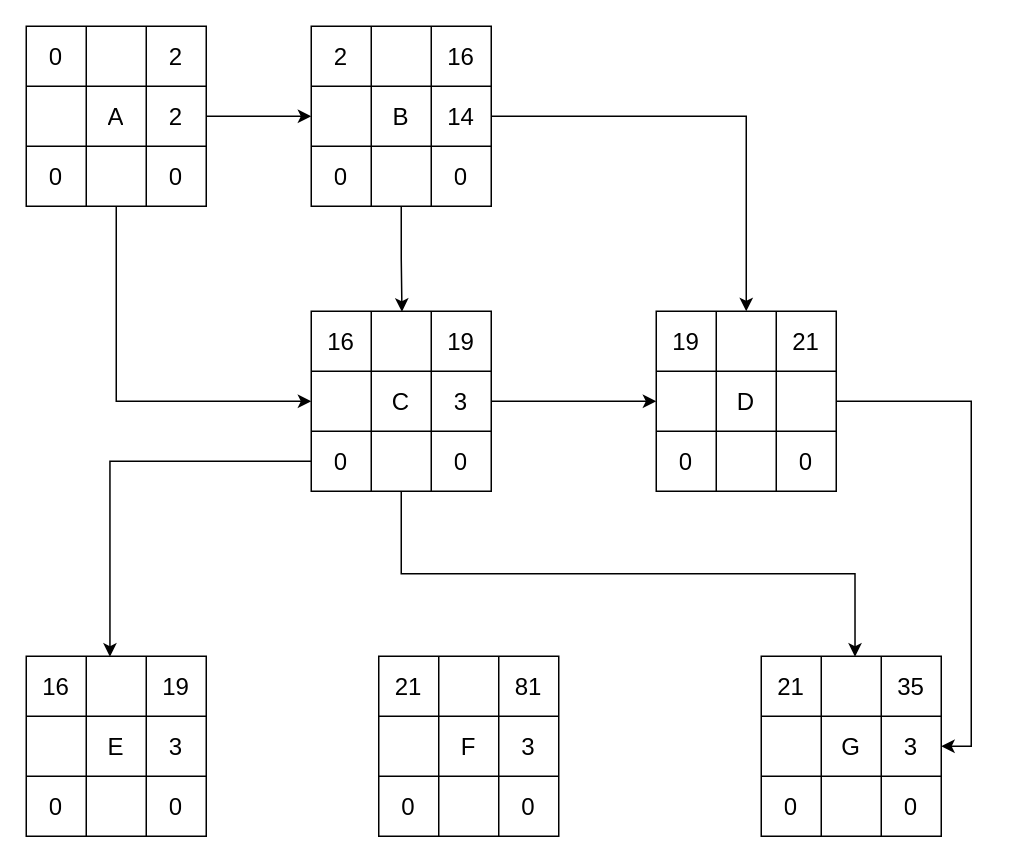
This is Esercizio1/Esercizio PCM 1.drawio from arco2121/Diagrammi_GPOI, a draw.io file, before an edit. Source tidied: cells renumbered, new cells numbered last; positions are measured from the earlier drawing's top-left corner, leaving out a move shared by most shapes. Both pictures are drawn from the tidied source at 150%, with x=0, y=0 at pixel (26, 26).
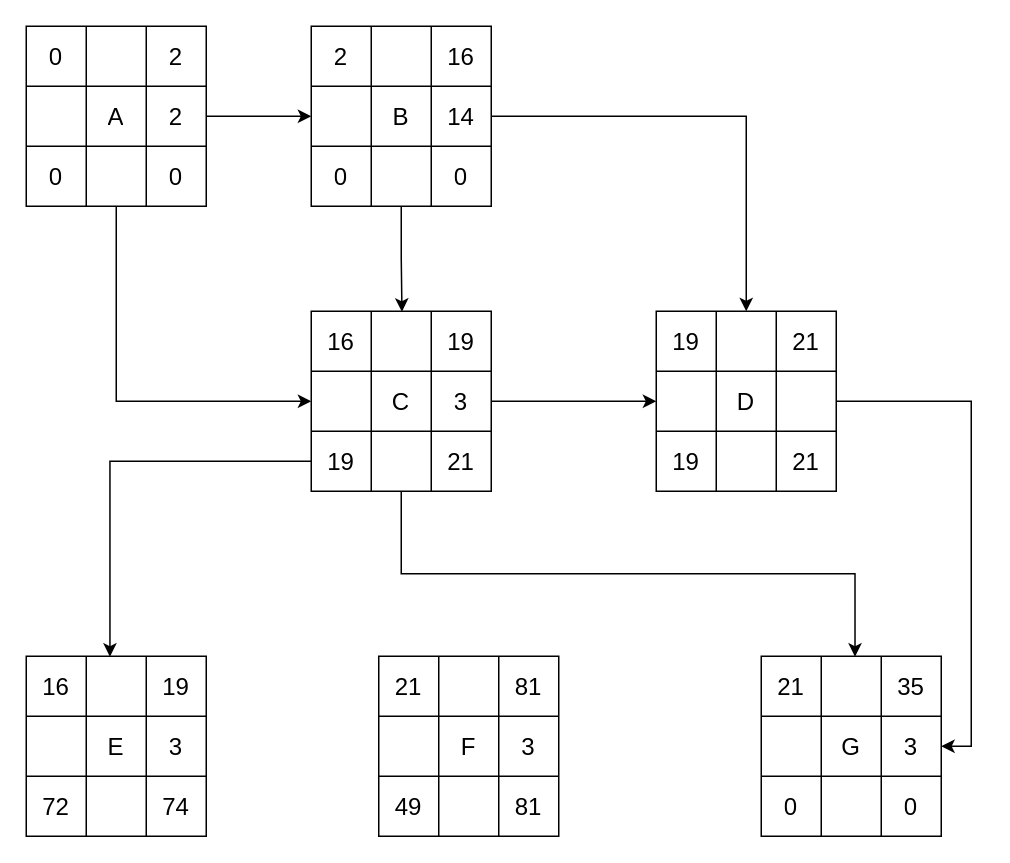
The same page after the edit.

The change refers to these unchanged cells:
```xml
<mxCell id="38" style="shape=tableRow;horizontal=0;startSize=0;swimlaneHead=0;swimlaneBody=0;strokeColor=inherit;top=0;left=0;bottom=0;right=0;fillColor=none;points=[[0,0.5],[1,0.5]];portConstraint=eastwest;fontSize=16;" parent="29" vertex="1">
  <mxGeometry y="80" width="120" height="40" as="geometry" />
</mxCell>
<mxCell id="51" style="shape=tableRow;horizontal=0;startSize=0;swimlaneHead=0;swimlaneBody=0;strokeColor=inherit;top=0;left=0;bottom=0;right=0;fillColor=none;fontSize=16;" parent="42" vertex="1">
  <mxGeometry y="80" width="120" height="40" as="geometry" />
</mxCell>
<mxCell id="68" style="shape=tableRow;horizontal=0;startSize=0;swimlaneHead=0;swimlaneBody=0;strokeColor=inherit;top=0;left=0;bottom=0;right=0;fillColor=none;fontSize=16;" parent="59" vertex="1">
  <mxGeometry y="80" width="120" height="40" as="geometry" />
</mxCell>
<mxCell id="81" style="shape=tableRow;horizontal=0;startSize=0;swimlaneHead=0;swimlaneBody=0;strokeColor=inherit;top=0;left=0;bottom=0;right=0;fillColor=none;fontSize=16;" parent="72" vertex="1">
  <mxGeometry y="80" width="120" height="40" as="geometry" />
</mxCell>
```

What changed in the source:
```diff
@@
-    <mxCell id="39" value="0" style="shape=partialRectangle;html=1;whiteSpace=wrap;strokeColor=inherit;overflow=hidden;fillColor=none;top=0;left=0;bottom=0;right=0;fontSize=16;" parent="38" vertex="1">
+    <mxCell id="39" value="19" style="shape=partialRectangle;html=1;whiteSpace=wrap;strokeColor=inherit;overflow=hidden;fillColor=none;top=0;left=0;bottom=0;right=0;fontSize=16;" parent="38" vertex="1">
       <mxGeometry width="40" height="40" as="geometry" />
     </mxCell>
@@
-    <mxCell id="41" value="0" style="shape=partialRectangle;html=1;whiteSpace=wrap;strokeColor=inherit;overflow=hidden;fillColor=none;top=0;left=0;bottom=0;right=0;fontSize=16;" parent="38" vertex="1">
+    <mxCell id="41" value="21" style="shape=partialRectangle;html=1;whiteSpace=wrap;strokeColor=inherit;overflow=hidden;fillColor=none;top=0;left=0;bottom=0;right=0;fontSize=16;" parent="38" vertex="1">
       <mxGeometry x="80" width="40" height="40" as="geometry" />
     </mxCell>
@@
-    <mxCell id="52" value="0" style="shape=partialRectangle;html=1;whiteSpace=wrap;strokeColor=inherit;overflow=hidden;fillColor=none;top=0;left=0;bottom=0;right=0;fontSize=16;" parent="51" vertex="1">
+    <mxCell id="52" value="19" style="shape=partialRectangle;html=1;whiteSpace=wrap;strokeColor=inherit;overflow=hidden;fillColor=none;top=0;left=0;bottom=0;right=0;fontSize=16;" parent="51" vertex="1">
       <mxGeometry width="40" height="40" as="geometry" />
     </mxCell>
@@
-    <mxCell id="54" value="0" style="shape=partialRectangle;html=1;whiteSpace=wrap;strokeColor=inherit;overflow=hidden;fillColor=none;top=0;left=0;bottom=0;right=0;fontSize=16;" parent="51" vertex="1">
+    <mxCell id="54" value="21" style="shape=partialRectangle;html=1;whiteSpace=wrap;strokeColor=inherit;overflow=hidden;fillColor=none;top=0;left=0;bottom=0;right=0;fontSize=16;" parent="51" vertex="1">
       <mxGeometry x="80" width="40" height="40" as="geometry" />
     </mxCell>
@@
-    <mxCell id="69" value="0" style="shape=partialRectangle;html=1;whiteSpace=wrap;strokeColor=inherit;overflow=hidden;fillColor=none;top=0;left=0;bottom=0;right=0;fontSize=16;" parent="68" vertex="1">
+    <mxCell id="69" value="72" style="shape=partialRectangle;html=1;whiteSpace=wrap;strokeColor=inherit;overflow=hidden;fillColor=none;top=0;left=0;bottom=0;right=0;fontSize=16;" parent="68" vertex="1">
       <mxGeometry width="40" height="40" as="geometry" />
     </mxCell>
@@
-    <mxCell id="71" value="0" style="shape=partialRectangle;html=1;whiteSpace=wrap;strokeColor=inherit;overflow=hidden;fillColor=none;top=0;left=0;bottom=0;right=0;fontSize=16;" parent="68" vertex="1">
+    <mxCell id="71" value="74" style="shape=partialRectangle;html=1;whiteSpace=wrap;strokeColor=inherit;overflow=hidden;fillColor=none;top=0;left=0;bottom=0;right=0;fontSize=16;" parent="68" vertex="1">
       <mxGeometry x="80" width="40" height="40" as="geometry" />
     </mxCell>
@@
-    <mxCell id="82" value="0" style="shape=partialRectangle;html=1;whiteSpace=wrap;strokeColor=inherit;overflow=hidden;fillColor=none;top=0;left=0;bottom=0;right=0;fontSize=16;" parent="81" vertex="1">
+    <mxCell id="82" value="49" style="shape=partialRectangle;html=1;whiteSpace=wrap;strokeColor=inherit;overflow=hidden;fillColor=none;top=0;left=0;bottom=0;right=0;fontSize=16;" parent="81" vertex="1">
       <mxGeometry width="40" height="40" as="geometry" />
     </mxCell>
@@
-    <mxCell id="84" value="0" style="shape=partialRectangle;html=1;whiteSpace=wrap;strokeColor=inherit;overflow=hidden;fillColor=none;top=0;left=0;bottom=0;right=0;fontSize=16;" parent="81" vertex="1">
+    <mxCell id="84" value="81" style="shape=partialRectangle;html=1;whiteSpace=wrap;strokeColor=inherit;overflow=hidden;fillColor=none;top=0;left=0;bottom=0;right=0;fontSize=16;" parent="81" vertex="1">
       <mxGeometry x="80" width="40" height="40" as="geometry" />
     </mxCell>
```
